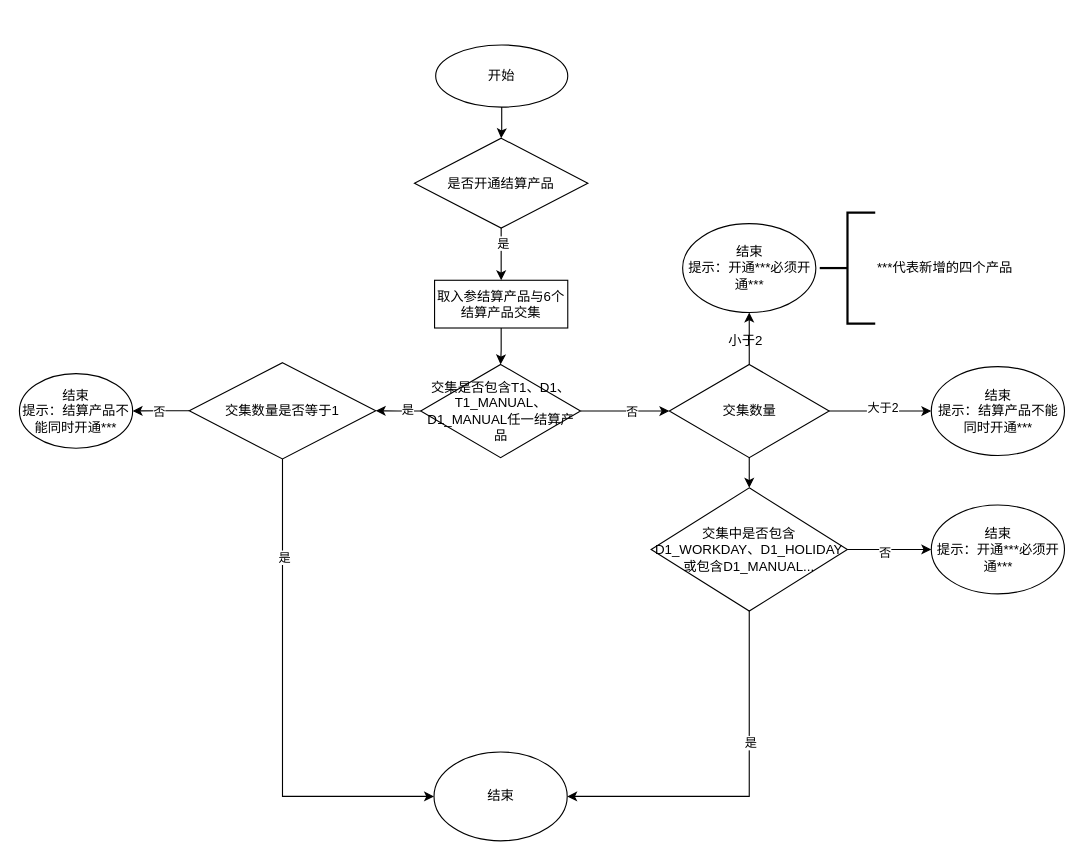
The draw.io diagram page "工作日/非工作日结算产品" (1 of 2) of 未命名绘图.drawio in fengyong7723131/work, before the edit. Source tidied: cells renumbered, new cells numbered last; positions are measured from the earlier drawing's top-left corner, leaving out a move shared by most shapes. Both pictures are drawn from the tidied source at 111%, with x=0, y=0 at pixel (19, 44).
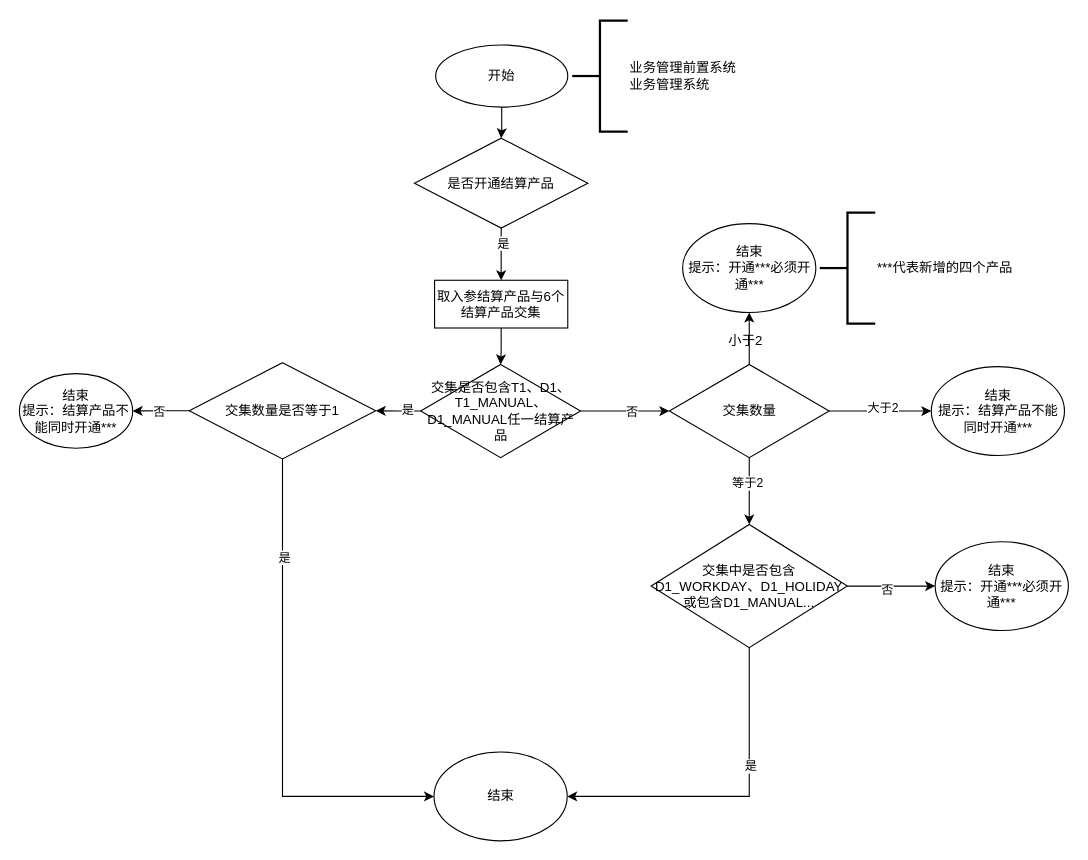
The same page after the edit.

Commit message (it also covers changes not shown here):
Update 未命名绘图.drawio

Unchanged cells that the change refers to:
```xml
<mxCell id="20" style="edgeStyle=orthogonalEdgeStyle;rounded=0;jettySize=auto;html=1;" parent="1" edge="1" source="21" target="34">
  <mxGeometry relative="1" as="geometry" />
</mxCell>
```

Change to the diagram source:
```diff
@@
+    <mxCell id="36" value="等于2" style="edgeLabel;html=1;align=center;verticalAlign=middle;" parent="20" vertex="1">
+      <mxGeometry x="-0.23" y="-2" relative="1" as="geometry" />
+    </mxCell>
@@
     <mxCell id="34" value="交集中是否包含D1_WORKDAY、D1_HOLIDAY或包含D1_MANUAL..." style="rhombus;whiteSpace=wrap;html=1;" parent="1" vertex="1">
-      <mxGeometry x="569.1" y="399" width="176.8" height="111" as="geometry" />
+      <mxGeometry x="569.1" y="432" width="176.8" height="111" as="geometry" />
     </mxCell>
     <mxCell id="35" value="结束&lt;br&gt;提示：开通***必须开通***" style="ellipse;whiteSpace=wrap;html=1;" parent="1" vertex="1">
-      <mxGeometry x="821.5" y="414.5" width="120" height="80" as="geometry" />
+      <mxGeometry x="825" y="447.5" width="120" height="80" as="geometry" />
     </mxCell>
+    <mxCell id="37" value="业务管理前置系统&lt;br&gt;业务管理系统" style="strokeWidth=2;html=1;shape=mxgraph.flowchart.annotation_2;align=left;labelPosition=right;" parent="1" vertex="1">
+      <mxGeometry x="498" y="-22" width="50" height="100" as="geometry" />
+    </mxCell>
```
